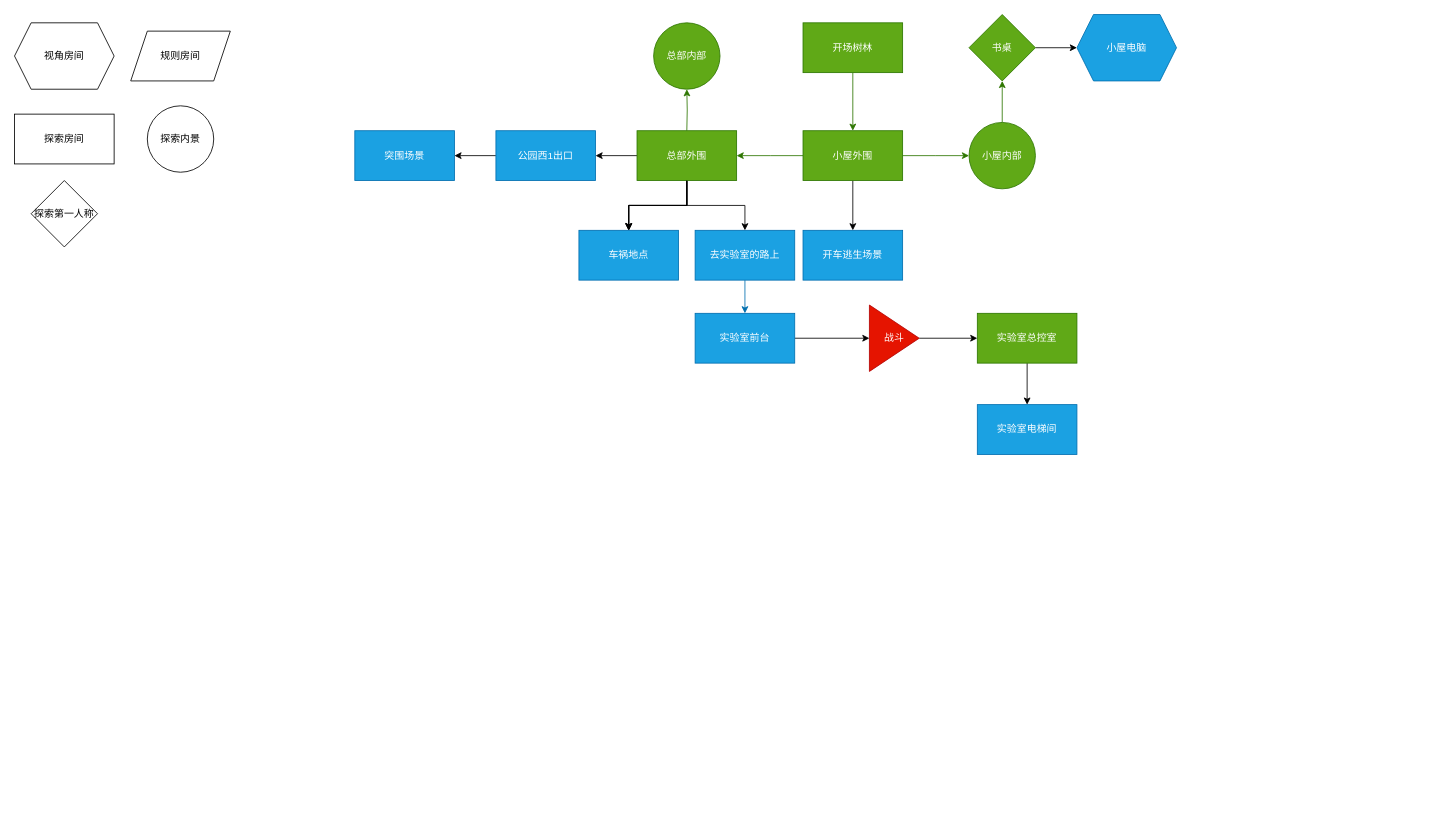
Earlier version of the draw.io diagram DUC2_map.drawio (Bayice/CUHKSZ-CSC4005). Source tidied: cells renumbered, new cells numbered last; positions are measured from the earlier drawing's top-left corner, leaving out a move shared by most shapes. Both pictures are drawn from the tidied source at 83%, with x=0, y=0 at pixel (14, 14).
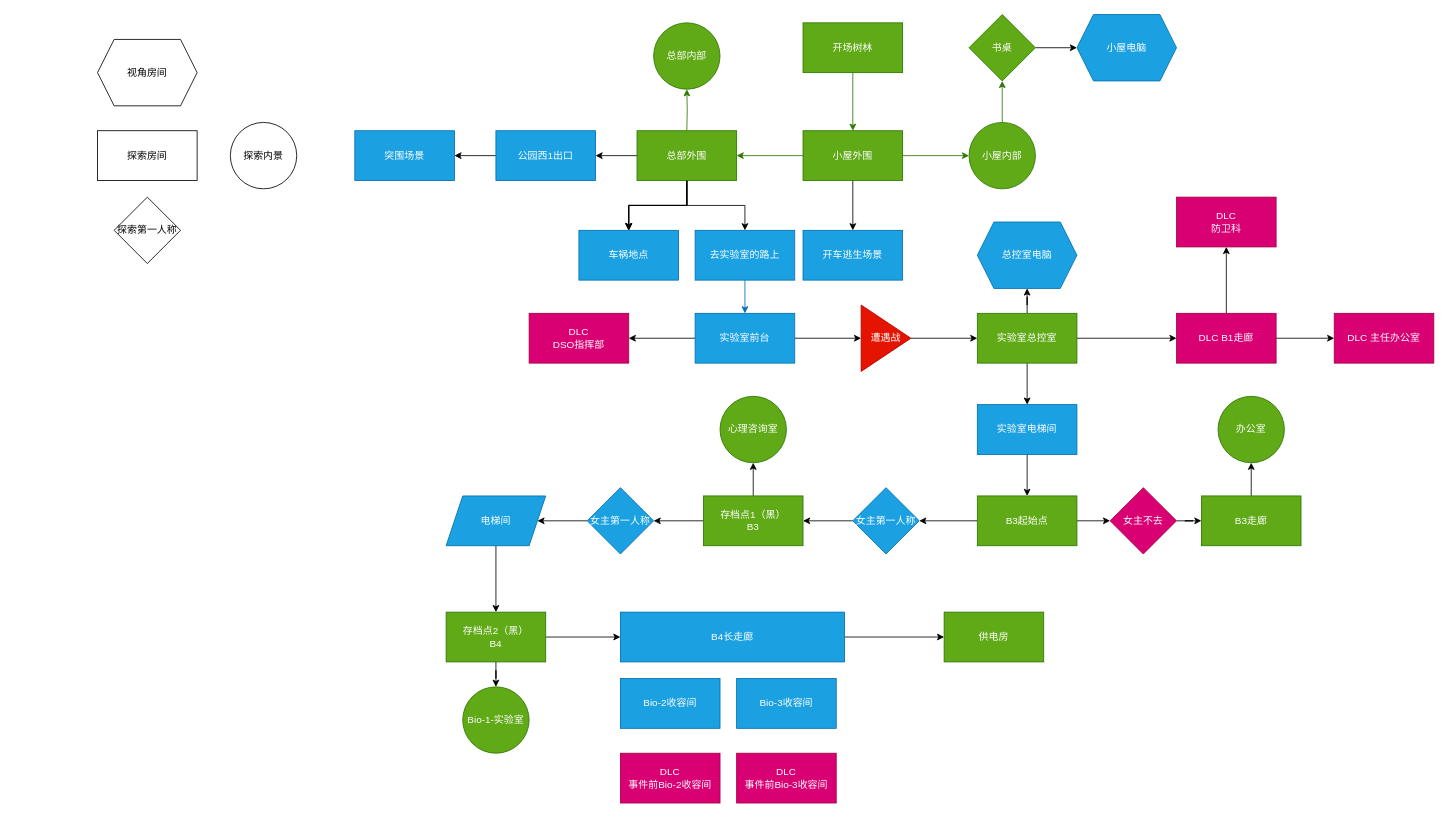
Above is the later version.

Unchanged cells that the change refers to:
```xml
<mxCell id="34" value="实验室前台" style="rounded=0;whiteSpace=wrap;html=1;fillColor=#1ba1e2;fontColor=#ffffff;strokeColor=#006EAF;" parent="1" vertex="1">
  <mxGeometry x="820" y="360" width="120" height="60" as="geometry" />
</mxCell>
<mxCell id="39" value="实验室总控室" style="whiteSpace=wrap;html=1;fillColor=#60a917;strokeColor=#2D7600;fontColor=#ffffff;rounded=0;" parent="1" vertex="1">
  <mxGeometry x="1160" y="360" width="120" height="60" as="geometry" />
</mxCell>
<mxCell id="40" value="实验室电梯间" style="whiteSpace=wrap;html=1;fillColor=#1ba1e2;strokeColor=#006EAF;fontColor=#ffffff;rounded=0;" parent="1" vertex="1">
  <mxGeometry x="1160" y="470" width="120" height="60" as="geometry" />
</mxCell>
```

Diff of the diagram source:
```diff
@@
     <mxCell id="22" value="视角房间" style="shape=hexagon;perimeter=hexagonPerimeter2;whiteSpace=wrap;html=1;fixedSize=1;" parent="1" vertex="1">
-      <mxGeometry y="10" width="120" height="80" as="geometry" />
+      <mxGeometry x="100" y="30" width="120" height="80" as="geometry" />
     </mxCell>
     <mxCell id="23" value="探索房间" style="rounded=0;whiteSpace=wrap;html=1;" parent="1" vertex="1">
-      <mxGeometry y="120" width="120" height="60" as="geometry" />
+      <mxGeometry x="100" y="140" width="120" height="60" as="geometry" />
     </mxCell>
     <mxCell id="24" value="探索内景" style="ellipse;whiteSpace=wrap;html=1;" parent="1" vertex="1">
-      <mxGeometry x="160" y="110" width="80" height="80" as="geometry" />
+      <mxGeometry x="260" y="130" width="80" height="80" as="geometry" />
     </mxCell>
     <mxCell id="25" value="探索第一人称" style="rhombus;whiteSpace=wrap;html=1;" parent="1" vertex="1">
-      <mxGeometry x="20" y="200" width="80" height="80" as="geometry" />
+      <mxGeometry x="120" y="220" width="80" height="80" as="geometry" />
     </mxCell>
+    <mxCell id="41" style="edgeStyle=orthogonalEdgeStyle;rounded=0;jettySize=auto;html=1;" parent="1" edge="1" source="26" target="58">
+      <mxGeometry relative="1" as="geometry" />
+    </mxCell>
-    <mxCell id="26" value="规则房间" style="shape=parallelogram;perimeter=parallelogramPerimeter;whiteSpace=wrap;html=1;fixedSize=1;" parent="1" vertex="1">
-      <mxGeometry x="140" y="20" width="120" height="60" as="geometry" />
+    <mxCell id="26" value="电梯间" style="shape=parallelogram;perimeter=parallelogramPerimeter;whiteSpace=wrap;html=1;fixedSize=1;fillColor=#1ba1e2;fontColor=#ffffff;strokeColor=#006EAF;" parent="1" vertex="1">
+      <mxGeometry x="520" y="580" width="120" height="60" as="geometry" />
     </mxCell>
@@
+    <mxCell id="42" style="edgeStyle=orthogonalEdgeStyle;rounded=0;jettySize=auto;html=1;" parent="1" edge="1" source="34" target="73">
+      <mxGeometry relative="1" as="geometry" />
+    </mxCell>
@@
-    <mxCell id="37" value="战斗" style="triangle;whiteSpace=wrap;html=1;fillColor=#e51400;strokeColor=#B20000;fontColor=#ffffff;rounded=0;" parent="1" vertex="1">
-      <mxGeometry x="1030" y="350" width="60" height="80" as="geometry" />
+    <mxCell id="37" value="遭遇战" style="triangle;whiteSpace=wrap;html=1;fillColor=#e51400;strokeColor=#B20000;fontColor=#ffffff;rounded=0;" parent="1" vertex="1">
+      <mxGeometry x="1020" y="350" width="60" height="80" as="geometry" />
     </mxCell>
@@
+    <mxCell id="43" style="edgeStyle=orthogonalEdgeStyle;rounded=0;jettySize=auto;html=1;" parent="1" edge="1" source="39" target="63">
+      <mxGeometry relative="1" as="geometry" />
+    </mxCell>
+    <mxCell id="44" style="edgeStyle=orthogonalEdgeStyle;rounded=0;jettySize=auto;html=1;" parent="1" edge="1" source="39" target="70">
+      <mxGeometry relative="1" as="geometry" />
+    </mxCell>
@@
+    <mxCell id="45" style="edgeStyle=orthogonalEdgeStyle;rounded=0;jettySize=auto;html=1;" parent="1" edge="1" source="40" target="48">
+      <mxGeometry relative="1" as="geometry" />
+    </mxCell>
@@
+    <mxCell id="46" style="edgeStyle=orthogonalEdgeStyle;rounded=0;jettySize=auto;html=1;" parent="1" edge="1" source="48" target="50">
+      <mxGeometry relative="1" as="geometry" />
+    </mxCell>
+    <mxCell id="47" style="edgeStyle=orthogonalEdgeStyle;rounded=0;jettySize=auto;html=1;" parent="1" edge="1" source="48" target="65">
+      <mxGeometry relative="1" as="geometry" />
+    </mxCell>
+    <mxCell id="48" value="B3起始点" style="whiteSpace=wrap;html=1;fillColor=#60a917;strokeColor=#2D7600;fontColor=#ffffff;rounded=0;" parent="1" vertex="1">
+      <mxGeometry x="1160" y="580" width="120" height="60" as="geometry" />
+    </mxCell>
+    <mxCell id="49" style="edgeStyle=orthogonalEdgeStyle;rounded=0;jettySize=auto;html=1;" parent="1" edge="1" source="50" target="53">
+      <mxGeometry relative="1" as="geometry" />
+    </mxCell>
+    <mxCell id="50" value="女主第一人称" style="rhombus;whiteSpace=wrap;html=1;fillColor=#1ba1e2;strokeColor=#006EAF;fontColor=#ffffff;rounded=0;" parent="1" vertex="1">
+      <mxGeometry x="1010" y="570" width="80" height="80" as="geometry" />
+    </mxCell>
+    <mxCell id="51" style="edgeStyle=orthogonalEdgeStyle;rounded=0;jettySize=auto;html=1;" parent="1" edge="1" source="53" target="55">
+      <mxGeometry relative="1" as="geometry" />
+    </mxCell>
+    <mxCell id="52" style="edgeStyle=orthogonalEdgeStyle;rounded=0;jettySize=auto;html=1;" parent="1" edge="1" source="53" target="59">
+      <mxGeometry relative="1" as="geometry" />
+    </mxCell>
+    <mxCell id="53" value="存档点1（黑）&lt;div&gt;B3&lt;/div&gt;" style="whiteSpace=wrap;html=1;fillColor=#60a917;strokeColor=#2D7600;fontColor=#ffffff;rounded=0;" parent="1" vertex="1">
+      <mxGeometry x="830" y="580" width="120" height="60" as="geometry" />
+    </mxCell>
+    <mxCell id="54" style="edgeStyle=orthogonalEdgeStyle;rounded=0;jettySize=auto;html=1;" parent="1" edge="1" source="55" target="26">
+      <mxGeometry relative="1" as="geometry" />
+    </mxCell>
+    <mxCell id="55" value="女主第一人称" style="rhombus;whiteSpace=wrap;html=1;fillColor=#1ba1e2;strokeColor=#006EAF;fontColor=#ffffff;rounded=0;" parent="1" vertex="1">
+      <mxGeometry x="690" y="570" width="80" height="80" as="geometry" />
+    </mxCell>
+    <mxCell id="56" style="edgeStyle=orthogonalEdgeStyle;rounded=0;jettySize=auto;html=1;" parent="1" edge="1" source="58" target="60">
+      <mxGeometry relative="1" as="geometry" />
+    </mxCell>
+    <mxCell id="57" style="edgeStyle=orthogonalEdgeStyle;rounded=0;jettySize=auto;html=1;" parent="1" edge="1" source="58" target="77">
+      <mxGeometry relative="1" as="geometry" />
+    </mxCell>
+    <mxCell id="58" value="存档点2（黑）&lt;div&gt;B4&lt;/div&gt;" style="whiteSpace=wrap;html=1;fillColor=#60a917;strokeColor=#2D7600;fontColor=#ffffff;rounded=0;" parent="1" vertex="1">
+      <mxGeometry x="520" y="720" width="120" height="60" as="geometry" />
+    </mxCell>
+    <mxCell id="59" value="心理咨询室" style="ellipse;whiteSpace=wrap;html=1;fillColor=#60a917;strokeColor=#2D7600;fontColor=#ffffff;rounded=0;" parent="1" vertex="1">
+      <mxGeometry x="850" y="460" width="80" height="80" as="geometry" />
+    </mxCell>
+    <mxCell id="60" value="Bio-1-实验室" style="ellipse;whiteSpace=wrap;html=1;fillColor=#60a917;strokeColor=#2D7600;fontColor=#ffffff;rounded=0;" parent="1" vertex="1">
+      <mxGeometry x="540" y="810" width="80" height="80" as="geometry" />
+    </mxCell>
+    <mxCell id="61" style="edgeStyle=orthogonalEdgeStyle;rounded=0;jettySize=auto;html=1;" parent="1" edge="1" source="62" target="66">
+      <mxGeometry relative="1" as="geometry" />
+    </mxCell>
+    <mxCell id="62" value="B3走廊" style="whiteSpace=wrap;html=1;fillColor=#60a917;strokeColor=#2D7600;fontColor=#ffffff;rounded=0;" parent="1" vertex="1">
+      <mxGeometry x="1430" y="580" width="120" height="60" as="geometry" />
+    </mxCell>
+    <mxCell id="63" value="总控室电脑" style="shape=hexagon;perimeter=hexagonPerimeter2;whiteSpace=wrap;html=1;fixedSize=1;fillColor=#1ba1e2;strokeColor=#006EAF;fontColor=#ffffff;rounded=0;" parent="1" vertex="1">
+      <mxGeometry x="1160" y="250" width="120" height="80" as="geometry" />
+    </mxCell>
+    <mxCell id="64" style="edgeStyle=orthogonalEdgeStyle;rounded=0;jettySize=auto;html=1;" parent="1" edge="1" source="65" target="62">
+      <mxGeometry relative="1" as="geometry" />
+    </mxCell>
+    <mxCell id="65" value="女主不去" style="rhombus;whiteSpace=wrap;html=1;fillColor=#d80073;strokeColor=#A50040;fontColor=#ffffff;rounded=0;" parent="1" vertex="1">
+      <mxGeometry x="1320" y="570" width="80" height="80" as="geometry" />
+    </mxCell>
+    <mxCell id="66" value="办公室" style="ellipse;whiteSpace=wrap;html=1;fillColor=#60a917;strokeColor=#2D7600;fontColor=#ffffff;rounded=0;" parent="1" vertex="1">
+      <mxGeometry x="1450" y="460" width="80" height="80" as="geometry" />
+    </mxCell>
+    <mxCell id="67" value="DLC&lt;div&gt;防卫科&lt;/div&gt;" style="whiteSpace=wrap;html=1;fillColor=#d80073;strokeColor=#A50040;fontColor=#ffffff;rounded=0;" parent="1" vertex="1">
+      <mxGeometry x="1400" y="220" width="120" height="60" as="geometry" />
+    </mxCell>
+    <mxCell id="68" style="edgeStyle=orthogonalEdgeStyle;rounded=0;jettySize=auto;html=1;" parent="1" edge="1" source="70" target="67">
+      <mxGeometry relative="1" as="geometry" />
+    </mxCell>
+    <mxCell id="69" style="edgeStyle=orthogonalEdgeStyle;rounded=0;jettySize=auto;html=1;" parent="1" edge="1" source="70" target="72">
+      <mxGeometry relative="1" as="geometry" />
+    </mxCell>
+    <mxCell id="70" value="DLC B1走廊" style="whiteSpace=wrap;html=1;fillColor=#d80073;strokeColor=#A50040;fontColor=#ffffff;rounded=0;" parent="1" vertex="1">
+      <mxGeometry x="1400" y="360" width="120" height="60" as="geometry" />
+    </mxCell>
+    <mxCell id="71" value="Bio-2收容间" style="whiteSpace=wrap;html=1;fillColor=#1ba1e2;strokeColor=#006EAF;fontColor=#ffffff;rounded=0;" parent="1" vertex="1">
+      <mxGeometry x="730" y="800" width="120" height="60" as="geometry" />
+    </mxCell>
+    <mxCell id="72" value="DLC 主任办公室" style="whiteSpace=wrap;html=1;fillColor=#d80073;strokeColor=#A50040;fontColor=#ffffff;rounded=0;" parent="1" vertex="1">
+      <mxGeometry x="1590" y="360" width="120" height="60" as="geometry" />
+    </mxCell>
+    <mxCell id="73" value="DLC&lt;div&gt;DSO指挥部&lt;/div&gt;" style="rounded=0;whiteSpace=wrap;html=1;fillColor=#d80073;fontColor=#ffffff;strokeColor=#A50040;" parent="1" vertex="1">
+      <mxGeometry x="620" y="360" width="120" height="60" as="geometry" />
+    </mxCell>
+    <mxCell id="74" value="DLC&lt;div&gt;事件前Bio-2收容间&lt;/div&gt;" style="whiteSpace=wrap;html=1;fillColor=#d80073;strokeColor=#A50040;fontColor=#ffffff;rounded=0;" parent="1" vertex="1">
+      <mxGeometry x="730" y="890" width="120" height="60" as="geometry" />
+    </mxCell>
+    <mxCell id="75" value="供电房" style="whiteSpace=wrap;html=1;fillColor=#60a917;strokeColor=#2D7600;fontColor=#ffffff;rounded=0;" parent="1" vertex="1">
+      <mxGeometry x="1120" y="720" width="120" height="60" as="geometry" />
+    </mxCell>
+    <mxCell id="76" style="edgeStyle=orthogonalEdgeStyle;rounded=0;jettySize=auto;html=1;" parent="1" edge="1" source="77" target="75">
+      <mxGeometry relative="1" as="geometry" />
+    </mxCell>
+    <mxCell id="77" value="B4长走廊" style="whiteSpace=wrap;html=1;fillColor=#1ba1e2;strokeColor=#006EAF;fontColor=#ffffff;rounded=0;" parent="1" vertex="1">
+      <mxGeometry x="730" y="720" width="270" height="60" as="geometry" />
+    </mxCell>
+    <mxCell id="78" value="Bio-3收容间" style="whiteSpace=wrap;html=1;fillColor=#1ba1e2;strokeColor=#006EAF;fontColor=#ffffff;rounded=0;" parent="1" vertex="1">
+      <mxGeometry x="870" y="800" width="120" height="60" as="geometry" />
+    </mxCell>
+    <mxCell id="79" value="DLC&lt;div&gt;事件前Bio-3收容间&lt;/div&gt;" style="whiteSpace=wrap;html=1;fillColor=#d80073;strokeColor=#A50040;fontColor=#ffffff;rounded=0;" parent="1" vertex="1">
+      <mxGeometry x="870" y="890" width="120" height="60" as="geometry" />
+    </mxCell>
```
